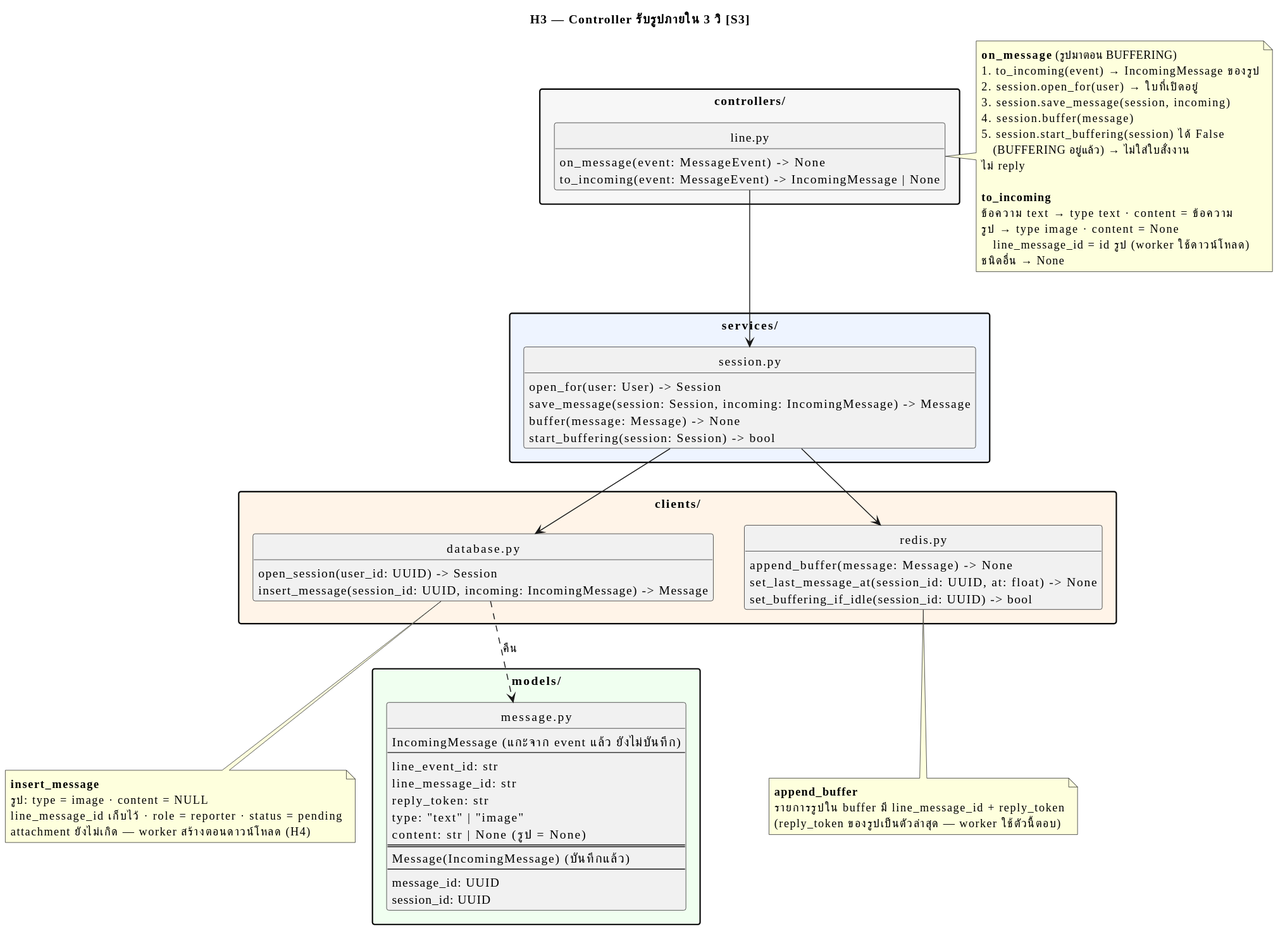
Earlier version of the PlantUML export docs/designs/09-modules/h3-image.svg (tonkitcstu/ucr-smartcity_chatbot). The source it was exported from:
```plantuml
@startuml
skinparam defaultFontName "Thonburi"
skinparam shadowing false
skinparam classAttributeIconSize 0
skinparam packageStyle rectangle
hide circle
hide empty members

title H3 — Controller รับรูปภายใน 3 วิ [S3]

package "controllers/" #F7F7F7 {
  class "line.py" as CTRL {
    on_message(event: MessageEvent) -> None
    to_incoming(event: MessageEvent) -> IncomingMessage | None
  }
}

package "services/" #EEF4FF {
  class "session.py" as SESS {
    open_for(user: User) -> Session
    save_message(session: Session, incoming: IncomingMessage) -> Message
    buffer(message: Message) -> None
    start_buffering(session: Session) -> bool
  }
}

package "clients/" #FFF4E8 {
  class "database.py" as CL_DB {
    open_session(user_id: UUID) -> Session
    insert_message(session_id: UUID, incoming: IncomingMessage) -> Message
  }
  class "redis.py" as CL_REDIS {
    append_buffer(message: Message) -> None
    set_last_message_at(session_id: UUID, at: float) -> None
    set_buffering_if_idle(session_id: UUID) -> bool
  }
}

package "models/" #F0FFF0 {
  class "message.py" as M_MSG {
    IncomingMessage  (แกะจาก event แล้ว ยังไม่บันทึก)
    --
    line_event_id: str
    line_message_id: str
    reply_token: str
    type: "text" | "image"
    content: str | None  (รูป = None)
    ==
    Message(IncomingMessage)  (บันทึกแล้ว)
    --
    message_id: UUID
    session_id: UUID
  }
}

CTRL --> SESS
SESS --> CL_DB
SESS --> CL_REDIS
CL_DB ..> M_MSG : คืน

note right of CTRL
  <b>on_message</b> (รูปมาตอน BUFFERING)
  1. to_incoming(event) → IncomingMessage ของรูป
  2. session.open_for(user) → ใบที่เปิดอยู่
  3. session.save_message(session, incoming)
  4. session.buffer(message)
  5. session.start_buffering(session) ได้ False
     (BUFFERING อยู่แล้ว) → ไม่ใส่ใบสั่งงาน
  ไม่ reply

  <b>to_incoming</b>
  ข้อความ text → type text · content = ข้อความ
  รูป → type image · content = None
     line_message_id = id รูป (worker ใช้ดาวน์โหลด)
  ชนิดอื่น → None
end note

note bottom of CL_DB
  <b>insert_message</b>
  รูป: type = image · content = NULL
  line_message_id เก็บไว้ · role = reporter · status = pending
  attachment ยังไม่เกิด — worker สร้างตอนดาวน์โหลด (H4)
end note

note bottom of CL_REDIS
  <b>append_buffer</b>
  รายการรูปใน buffer มี line_message_id + reply_token
  (reply_token ของรูปเป็นตัวล่าสุด — worker ใช้ตัวนี้ตอบ)
end note
@enduml
```
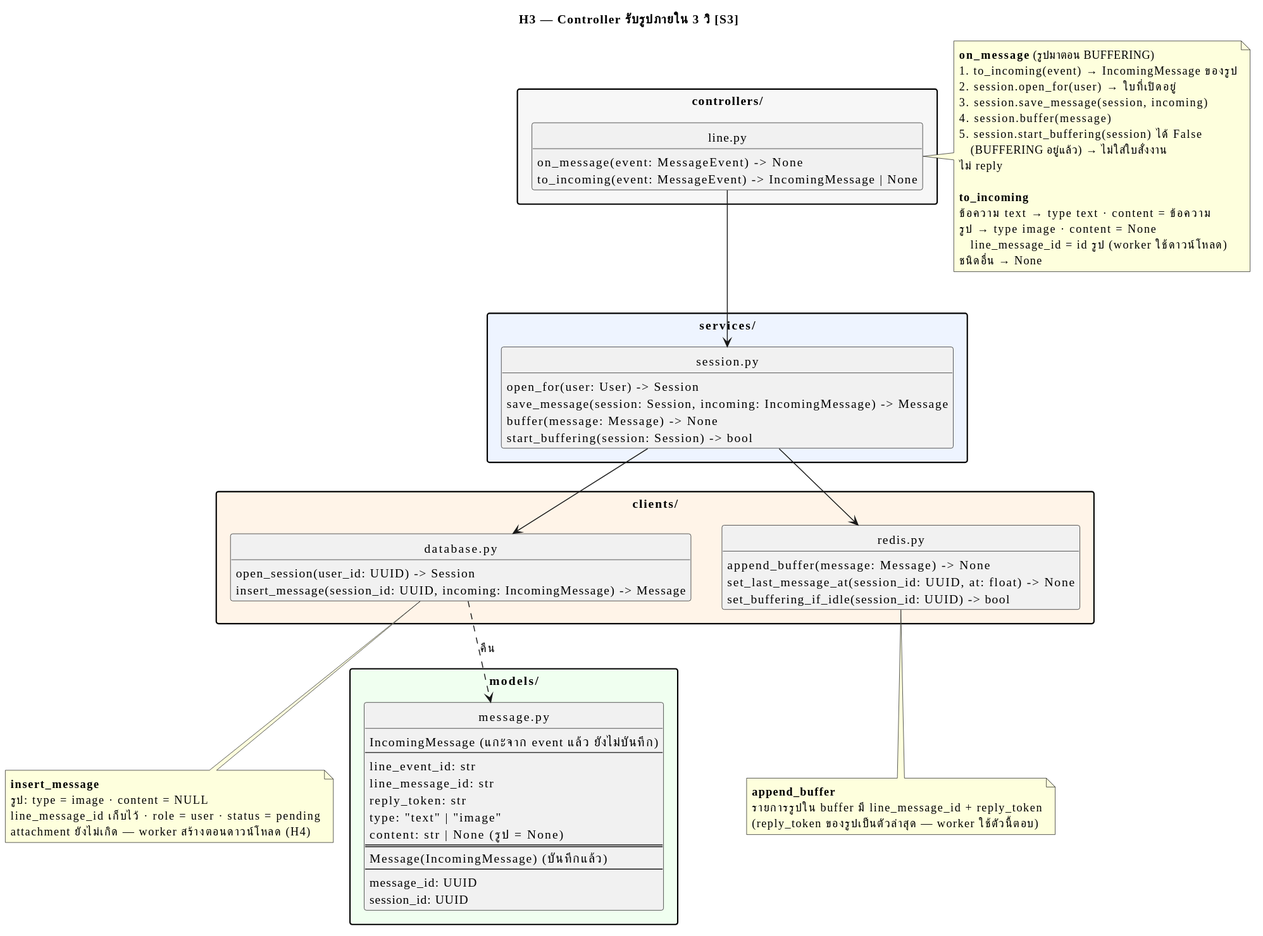
Above is the later version.

Commit message:
fix(db): role เป็น user/assistant ตามรูปแบบ OpenAI + ค่าใน db diagram เป็นอังกฤษ (#179)

What changed in the source:
```diff
@@ -78,7 +78,7 @@
 note bottom of CL_DB
   <b>insert_message</b>
   รูป: type = image · content = NULL
-  line_message_id เก็บไว้ · role = reporter · status = pending
+  line_message_id เก็บไว้ · role = user · status = pending
   attachment ยังไม่เกิด — worker สร้างตอนดาวน์โหลด (H4)
 end note
 
```
